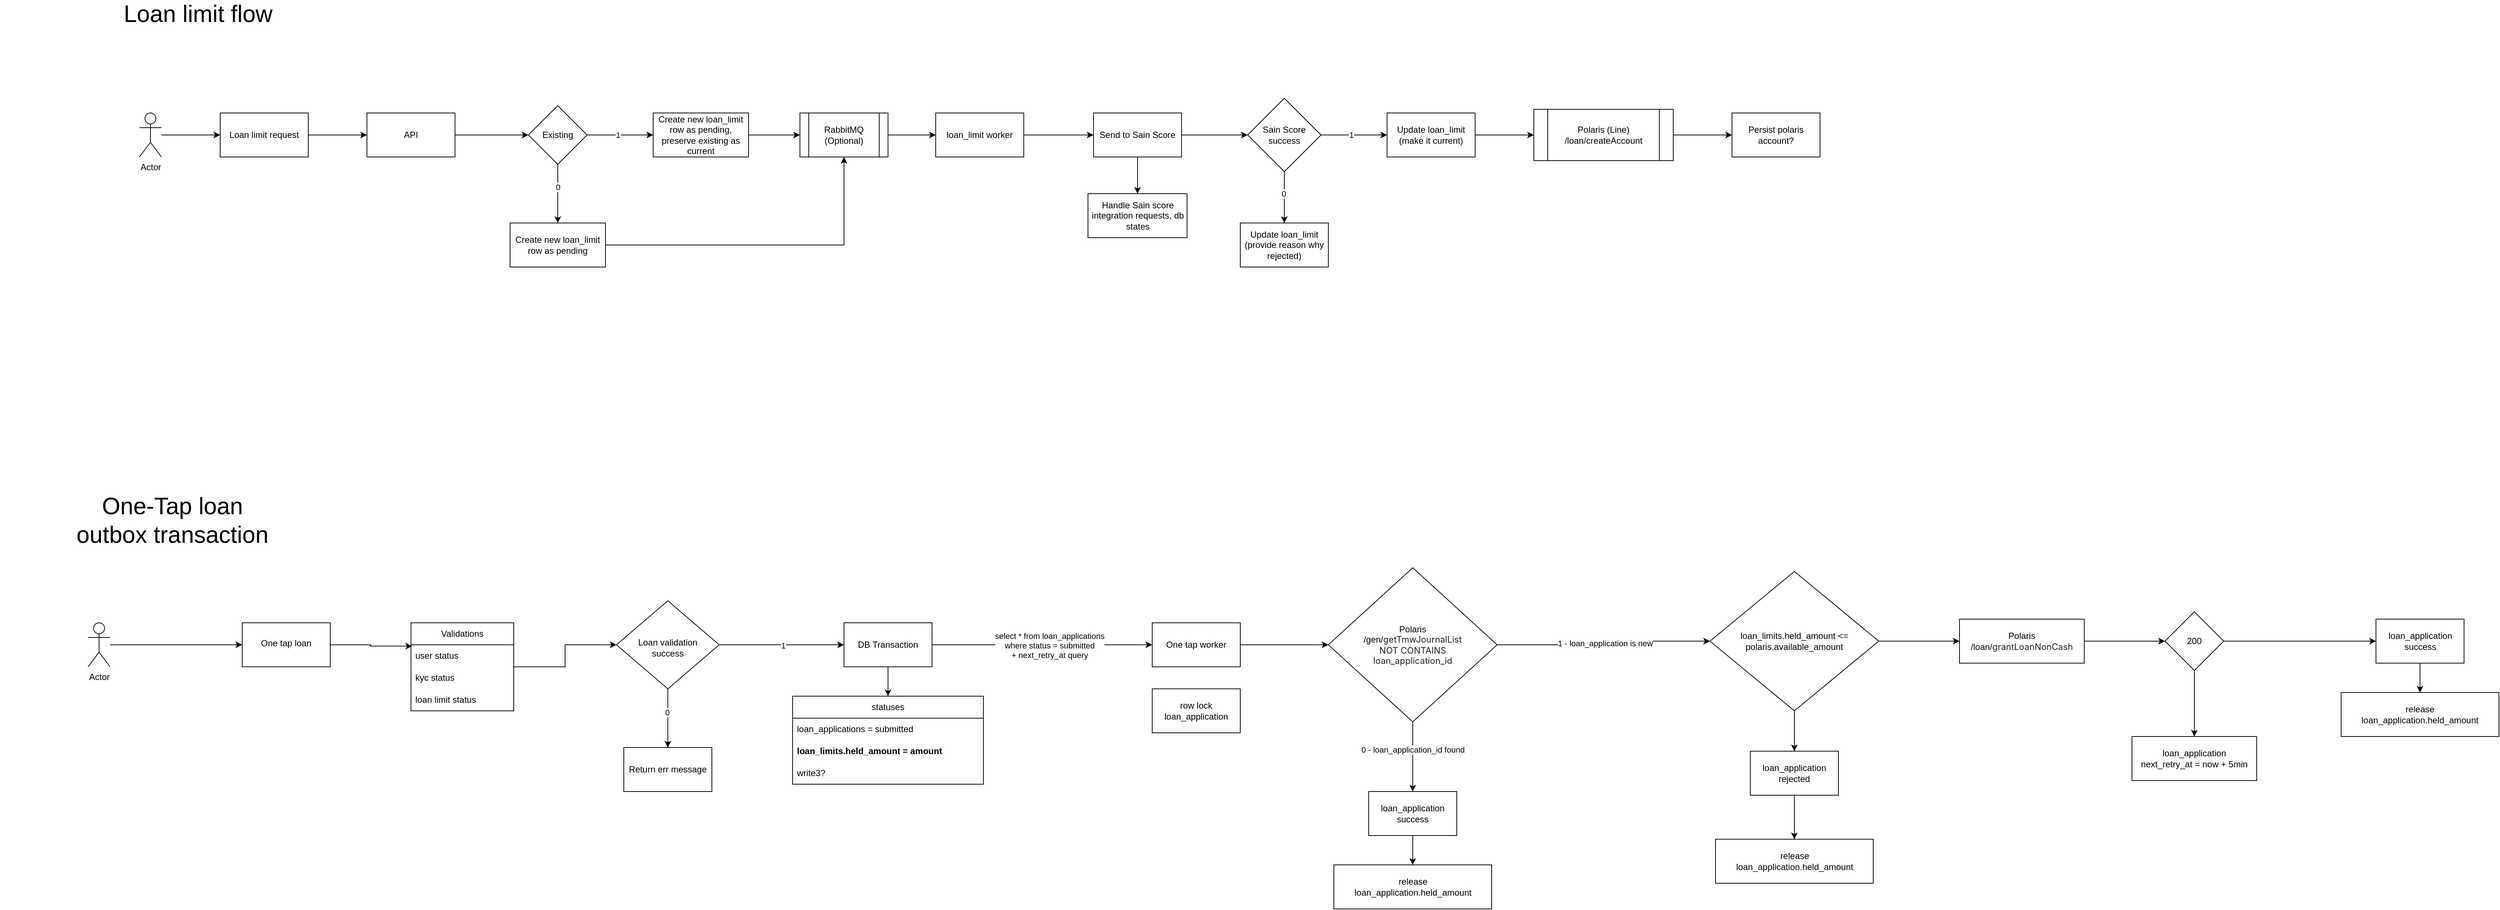
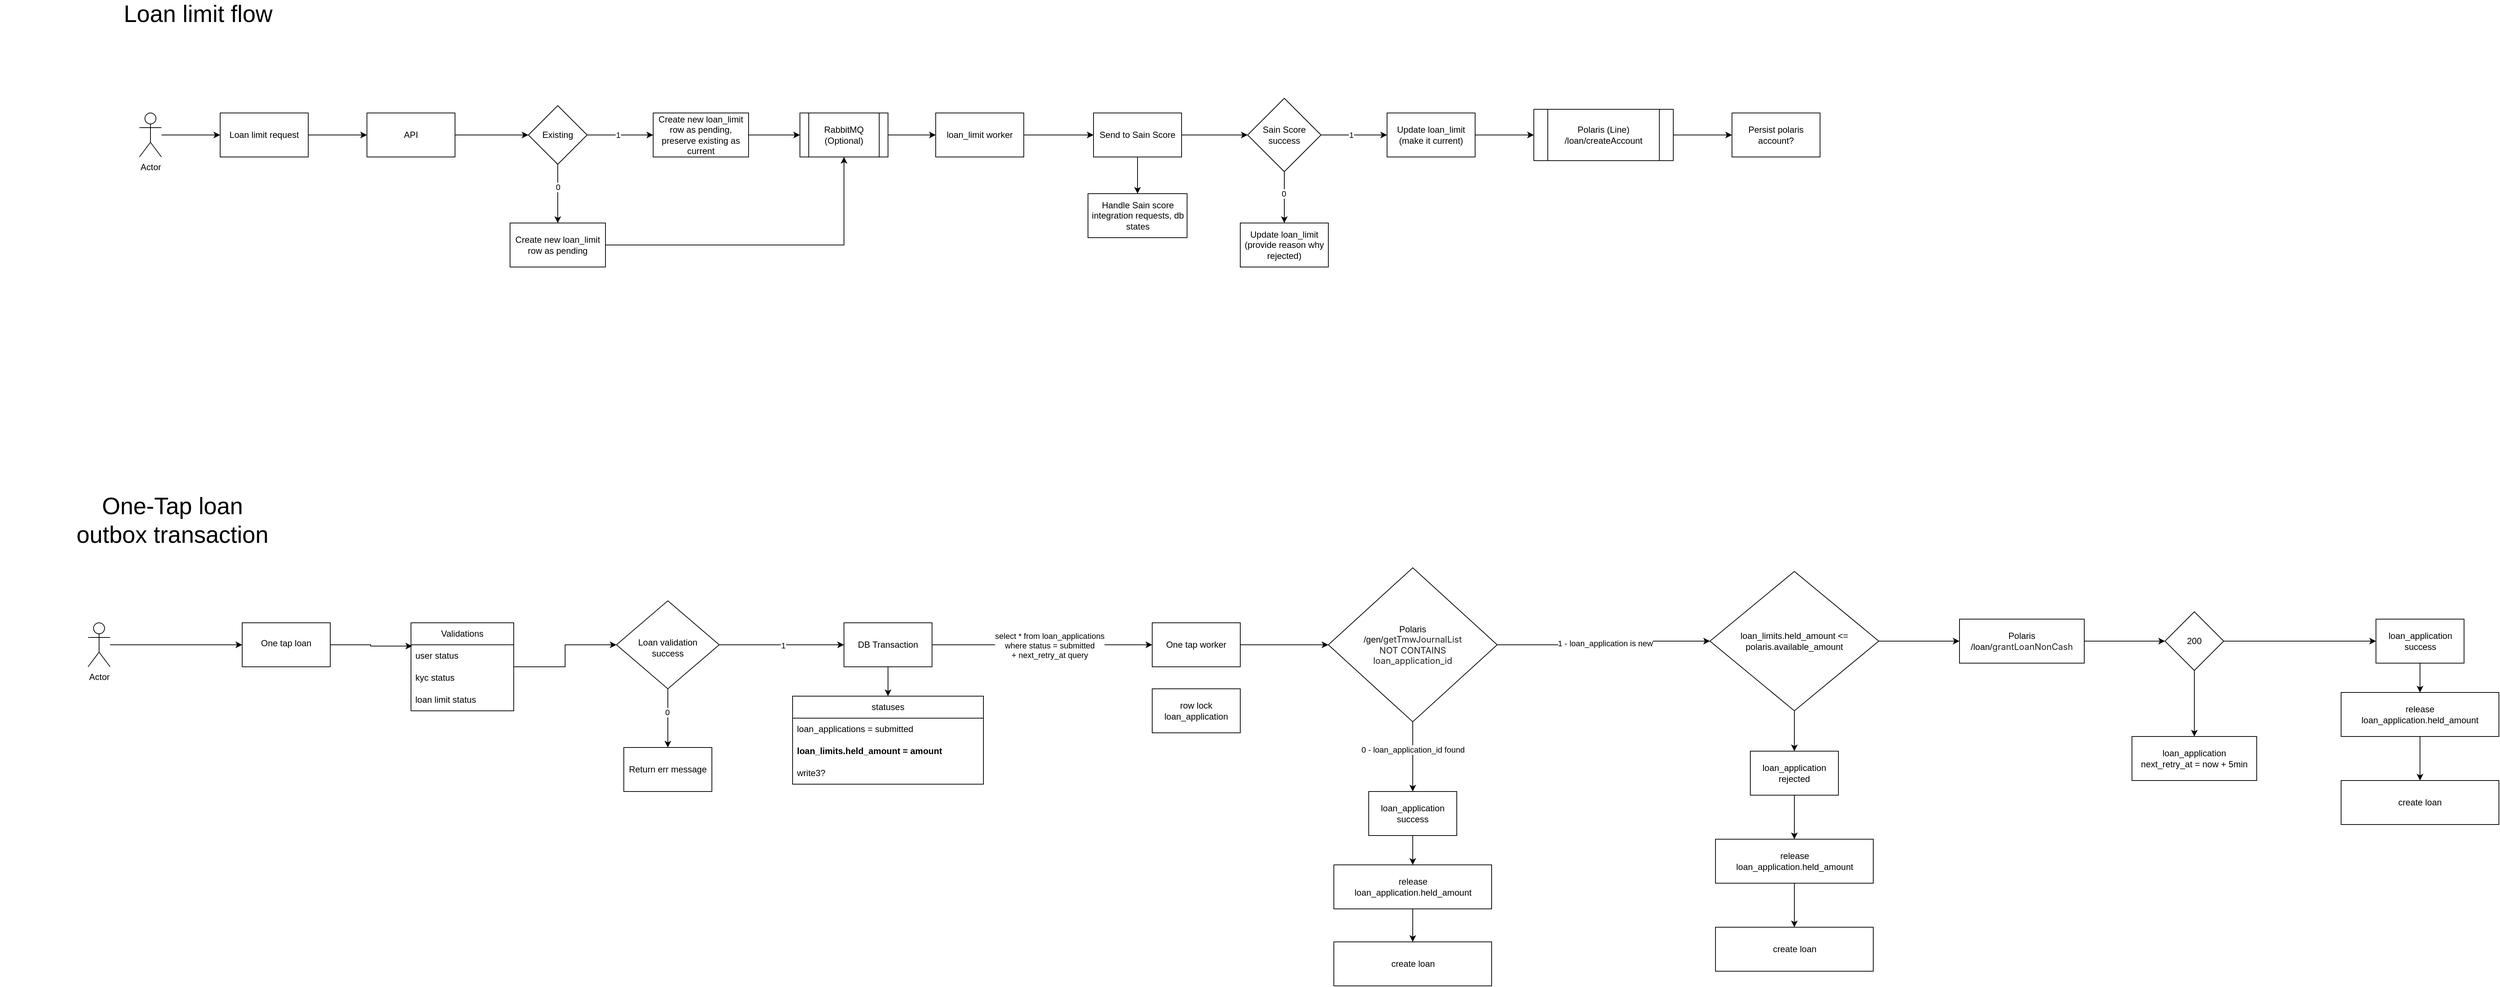
<mxfile host="app.diagrams.net">
  <diagram name="Page-1" id="VCBSuIh8bz7kurrQ0Zaz">
    <mxGraphModel dx="2014" dy="681" grid="1" gridSize="10" guides="1" tooltips="1" connect="1" arrows="1" fold="1" page="1" pageScale="1" pageWidth="850" pageHeight="1100" math="0" shadow="0">
      <root>
        <mxCell id="0" />
        <mxCell id="1" parent="0" />
        <mxCell id="KqixbsF9o6dLofBvsG9t-5" edge="1" parent="1" source="KqixbsF9o6dLofBvsG9t-1" style="edgeStyle=orthogonalEdgeStyle;rounded=0;orthogonalLoop=1;jettySize=auto;html=1;" target="KqixbsF9o6dLofBvsG9t-4" value="">
          <mxGeometry relative="1" as="geometry" />
        </mxCell>
        <mxCell id="KqixbsF9o6dLofBvsG9t-1" parent="1" style="rounded=0;whiteSpace=wrap;html=1;" value="Loan limit request" vertex="1">
          <mxGeometry height="60" width="120" x="150" y="210" as="geometry" />
        </mxCell>
        <mxCell id="KqixbsF9o6dLofBvsG9t-3" edge="1" parent="1" source="KqixbsF9o6dLofBvsG9t-2" style="edgeStyle=orthogonalEdgeStyle;rounded=0;orthogonalLoop=1;jettySize=auto;html=1;" target="KqixbsF9o6dLofBvsG9t-1" value="">
          <mxGeometry relative="1" as="geometry" />
        </mxCell>
        <mxCell id="KqixbsF9o6dLofBvsG9t-2" parent="1" style="shape=umlActor;verticalLabelPosition=bottom;verticalAlign=top;html=1;outlineConnect=0;" value="Actor" vertex="1">
          <mxGeometry height="60" width="30" x="40" y="210" as="geometry" />
        </mxCell>
        <mxCell id="KqixbsF9o6dLofBvsG9t-9" edge="1" parent="1" source="KqixbsF9o6dLofBvsG9t-4" style="edgeStyle=orthogonalEdgeStyle;rounded=0;orthogonalLoop=1;jettySize=auto;html=1;" target="KqixbsF9o6dLofBvsG9t-8" value="">
          <mxGeometry relative="1" as="geometry" />
        </mxCell>
        <mxCell id="KqixbsF9o6dLofBvsG9t-4" parent="1" style="rounded=0;whiteSpace=wrap;html=1;" value="API" vertex="1">
          <mxGeometry height="60" width="120" x="350" y="210" as="geometry" />
        </mxCell>
        <mxCell id="KqixbsF9o6dLofBvsG9t-11" edge="1" parent="1" source="KqixbsF9o6dLofBvsG9t-8" style="edgeStyle=orthogonalEdgeStyle;rounded=0;orthogonalLoop=1;jettySize=auto;html=1;" target="KqixbsF9o6dLofBvsG9t-10" value="">
          <mxGeometry relative="1" as="geometry" />
        </mxCell>
        <mxCell id="KqixbsF9o6dLofBvsG9t-12" connectable="0" parent="KqixbsF9o6dLofBvsG9t-11" style="edgeLabel;html=1;align=center;verticalAlign=middle;resizable=0;points=[];" value="1" vertex="1">
          <mxGeometry relative="1" x="-0.079" as="geometry">
            <mxPoint as="offset" />
          </mxGeometry>
        </mxCell>
        <mxCell id="KqixbsF9o6dLofBvsG9t-14" edge="1" parent="1" source="KqixbsF9o6dLofBvsG9t-8" style="edgeStyle=orthogonalEdgeStyle;rounded=0;orthogonalLoop=1;jettySize=auto;html=1;" target="KqixbsF9o6dLofBvsG9t-13" value="">
          <mxGeometry relative="1" as="geometry" />
        </mxCell>
        <mxCell id="KqixbsF9o6dLofBvsG9t-15" connectable="0" parent="KqixbsF9o6dLofBvsG9t-14" style="edgeLabel;html=1;align=center;verticalAlign=middle;resizable=0;points=[];" value="0" vertex="1">
          <mxGeometry relative="1" x="-0.2407" as="geometry">
            <mxPoint as="offset" />
          </mxGeometry>
        </mxCell>
        <mxCell id="KqixbsF9o6dLofBvsG9t-8" parent="1" style="rhombus;whiteSpace=wrap;html=1;rounded=0;" value="Existing" vertex="1">
          <mxGeometry height="80" width="80" x="570" y="200" as="geometry" />
        </mxCell>
        <mxCell id="KqixbsF9o6dLofBvsG9t-23" edge="1" parent="1" source="KqixbsF9o6dLofBvsG9t-10" style="edgeStyle=orthogonalEdgeStyle;rounded=0;orthogonalLoop=1;jettySize=auto;html=1;" target="KqixbsF9o6dLofBvsG9t-22" value="">
          <mxGeometry relative="1" as="geometry" />
        </mxCell>
        <mxCell id="KqixbsF9o6dLofBvsG9t-10" parent="1" style="whiteSpace=wrap;html=1;rounded=0;" value="Create new loan_limit row as pending, preserve existing as current" vertex="1">
          <mxGeometry height="60" width="130" x="740" y="210" as="geometry" />
        </mxCell>
        <mxCell id="KqixbsF9o6dLofBvsG9t-26" edge="1" parent="1" source="KqixbsF9o6dLofBvsG9t-13" style="edgeStyle=orthogonalEdgeStyle;rounded=0;orthogonalLoop=1;jettySize=auto;html=1;entryX=0.5;entryY=1;entryDx=0;entryDy=0;" target="KqixbsF9o6dLofBvsG9t-22">
          <mxGeometry relative="1" as="geometry" />
        </mxCell>
        <mxCell id="KqixbsF9o6dLofBvsG9t-13" parent="1" style="whiteSpace=wrap;html=1;rounded=0;" value="Create new loan_limit row as pending" vertex="1">
          <mxGeometry height="60" width="130" x="545" y="360" as="geometry" />
        </mxCell>
        <mxCell id="KqixbsF9o6dLofBvsG9t-25" edge="1" parent="1" source="KqixbsF9o6dLofBvsG9t-22" style="edgeStyle=orthogonalEdgeStyle;rounded=0;orthogonalLoop=1;jettySize=auto;html=1;" target="KqixbsF9o6dLofBvsG9t-24" value="">
          <mxGeometry relative="1" as="geometry" />
        </mxCell>
        <mxCell id="KqixbsF9o6dLofBvsG9t-22" parent="1" style="shape=process;whiteSpace=wrap;html=1;backgroundOutline=1;rounded=0;" value="RabbitMQ (Optional)" vertex="1">
          <mxGeometry height="60" width="120" x="940" y="210" as="geometry" />
        </mxCell>
        <mxCell id="KqixbsF9o6dLofBvsG9t-28" edge="1" parent="1" source="KqixbsF9o6dLofBvsG9t-24" style="edgeStyle=orthogonalEdgeStyle;rounded=0;orthogonalLoop=1;jettySize=auto;html=1;" target="KqixbsF9o6dLofBvsG9t-27" value="">
          <mxGeometry relative="1" as="geometry" />
        </mxCell>
        <mxCell id="KqixbsF9o6dLofBvsG9t-24" parent="1" style="whiteSpace=wrap;html=1;rounded=0;" value="loan_limit worker" vertex="1">
          <mxGeometry height="60" width="120" x="1125" y="210" as="geometry" />
        </mxCell>
        <mxCell id="KqixbsF9o6dLofBvsG9t-30" edge="1" parent="1" source="KqixbsF9o6dLofBvsG9t-27" style="edgeStyle=orthogonalEdgeStyle;rounded=0;orthogonalLoop=1;jettySize=auto;html=1;" target="KqixbsF9o6dLofBvsG9t-29" value="">
          <mxGeometry relative="1" as="geometry" />
        </mxCell>
        <mxCell id="KqixbsF9o6dLofBvsG9t-38" edge="1" parent="1" source="KqixbsF9o6dLofBvsG9t-27" style="edgeStyle=orthogonalEdgeStyle;rounded=0;orthogonalLoop=1;jettySize=auto;html=1;" target="KqixbsF9o6dLofBvsG9t-37" value="">
          <mxGeometry relative="1" as="geometry" />
        </mxCell>
        <mxCell id="KqixbsF9o6dLofBvsG9t-27" parent="1" style="whiteSpace=wrap;html=1;rounded=0;" value="Send to Sain Score" vertex="1">
          <mxGeometry height="60" width="120" x="1340" y="210" as="geometry" />
        </mxCell>
        <mxCell id="KqixbsF9o6dLofBvsG9t-32" edge="1" parent="1" source="KqixbsF9o6dLofBvsG9t-29" style="edgeStyle=orthogonalEdgeStyle;rounded=0;orthogonalLoop=1;jettySize=auto;html=1;" target="KqixbsF9o6dLofBvsG9t-31" value="">
          <mxGeometry relative="1" as="geometry" />
        </mxCell>
        <mxCell id="KqixbsF9o6dLofBvsG9t-33" connectable="0" parent="KqixbsF9o6dLofBvsG9t-32" style="edgeLabel;html=1;align=center;verticalAlign=middle;resizable=0;points=[];" value="1" vertex="1">
          <mxGeometry relative="1" x="-0.1048" as="geometry">
            <mxPoint as="offset" />
          </mxGeometry>
        </mxCell>
        <mxCell id="KqixbsF9o6dLofBvsG9t-35" edge="1" parent="1" source="KqixbsF9o6dLofBvsG9t-29" style="edgeStyle=orthogonalEdgeStyle;rounded=0;orthogonalLoop=1;jettySize=auto;html=1;" target="KqixbsF9o6dLofBvsG9t-34" value="">
          <mxGeometry relative="1" as="geometry" />
        </mxCell>
        <mxCell id="KqixbsF9o6dLofBvsG9t-36" connectable="0" parent="KqixbsF9o6dLofBvsG9t-35" style="edgeLabel;html=1;align=center;verticalAlign=middle;resizable=0;points=[];" value="0" vertex="1">
          <mxGeometry relative="1" x="-0.1429" y="-1" as="geometry">
            <mxPoint as="offset" />
          </mxGeometry>
        </mxCell>
        <mxCell id="KqixbsF9o6dLofBvsG9t-29" parent="1" style="rhombus;whiteSpace=wrap;html=1;rounded=0;" value="Sain Score success" vertex="1">
          <mxGeometry height="100" width="100" x="1550" y="190" as="geometry" />
        </mxCell>
        <mxCell id="KqixbsF9o6dLofBvsG9t-66" edge="1" parent="1" source="KqixbsF9o6dLofBvsG9t-31" style="edgeStyle=orthogonalEdgeStyle;rounded=0;orthogonalLoop=1;jettySize=auto;html=1;" target="KqixbsF9o6dLofBvsG9t-65" value="">
          <mxGeometry relative="1" as="geometry" />
        </mxCell>
        <mxCell id="KqixbsF9o6dLofBvsG9t-31" parent="1" style="whiteSpace=wrap;html=1;rounded=0;" value="Update loan_limit (make it current)" vertex="1">
          <mxGeometry height="60" width="120" x="1740" y="210" as="geometry" />
        </mxCell>
        <mxCell id="KqixbsF9o6dLofBvsG9t-34" parent="1" style="whiteSpace=wrap;html=1;rounded=0;" value="Update loan_limit&lt;br&gt;(provide reason why rejected)" vertex="1">
          <mxGeometry height="60" width="120" x="1540" y="360" as="geometry" />
        </mxCell>
        <mxCell id="KqixbsF9o6dLofBvsG9t-37" parent="1" style="whiteSpace=wrap;html=1;rounded=0;" value="Handle Sain score integration requests, db states" vertex="1">
          <mxGeometry height="60" width="135" x="1332.5" y="320" as="geometry" />
        </mxCell>
        <mxCell id="KqixbsF9o6dLofBvsG9t-40" parent="1" style="text;html=1;whiteSpace=wrap;strokeColor=none;fillColor=none;align=center;verticalAlign=middle;rounded=0;fontSize=32;" value="Loan limit flow" vertex="1">
          <mxGeometry height="30" width="260" x="-10" y="60" as="geometry" />
        </mxCell>
        <mxCell id="KqixbsF9o6dLofBvsG9t-74" edge="1" parent="1" source="KqixbsF9o6dLofBvsG9t-65" style="edgeStyle=orthogonalEdgeStyle;rounded=0;orthogonalLoop=1;jettySize=auto;html=1;" target="KqixbsF9o6dLofBvsG9t-73" value="">
          <mxGeometry relative="1" as="geometry" />
        </mxCell>
        <mxCell id="KqixbsF9o6dLofBvsG9t-65" parent="1" style="shape=process;whiteSpace=wrap;html=1;backgroundOutline=1;rounded=0;" value="Polaris (Line)&lt;br&gt;/loan/createAccount" vertex="1">
          <mxGeometry height="70" width="190" x="1940" y="205" as="geometry" />
        </mxCell>
        <mxCell id="KqixbsF9o6dLofBvsG9t-73" parent="1" style="whiteSpace=wrap;html=1;rounded=0;" value="Persist polaris account?" vertex="1">
          <mxGeometry height="60" width="120" x="2210" y="210" as="geometry" />
        </mxCell>
        <mxCell id="U8Ajh8Gpa-m2DNKNFQys-1" parent="1" style="text;html=1;whiteSpace=wrap;strokeColor=none;fillColor=none;align=center;verticalAlign=middle;rounded=0;fontSize=32;" value="One-Tap loan&lt;br&gt;outbox transaction" vertex="1">
          <mxGeometry height="30" width="470" x="-150" y="750" as="geometry" />
        </mxCell>
        <mxCell id="In8fDh9ZLN2M87an2Miy-1" edge="1" parent="1" source="In8fDh9ZLN2M87an2Miy-2" style="edgeStyle=orthogonalEdgeStyle;rounded=0;orthogonalLoop=1;jettySize=auto;html=1;" target="In8fDh9ZLN2M87an2Miy-4" value="">
          <mxGeometry relative="1" as="geometry" />
        </mxCell>
        <mxCell id="In8fDh9ZLN2M87an2Miy-2" parent="1" style="shape=umlActor;verticalLabelPosition=bottom;verticalAlign=top;html=1;outlineConnect=0;" value="Actor" vertex="1">
          <mxGeometry height="60" width="30" x="-30" y="905" as="geometry" />
        </mxCell>
        <mxCell id="In8fDh9ZLN2M87an2Miy-3" edge="1" parent="1" source="In8fDh9ZLN2M87an2Miy-4" style="edgeStyle=orthogonalEdgeStyle;rounded=0;orthogonalLoop=1;jettySize=auto;html=1;entryX=0.011;entryY=0.06;entryDx=0;entryDy=0;entryPerimeter=0;" target="In8fDh9ZLN2M87an2Miy-28" value="">
          <mxGeometry relative="1" as="geometry">
            <mxPoint x="390" y="935" as="targetPoint" />
          </mxGeometry>
        </mxCell>
        <mxCell id="In8fDh9ZLN2M87an2Miy-4" parent="1" style="whiteSpace=wrap;html=1;verticalAlign=top;" value="&lt;div&gt;&lt;br&gt;&lt;/div&gt;&lt;div&gt;One tap loan&lt;/div&gt;" vertex="1">
          <mxGeometry height="60" width="120" x="180" y="905" as="geometry" />
        </mxCell>
        <mxCell id="In8fDh9ZLN2M87an2Miy-5" edge="1" parent="1" source="In8fDh9ZLN2M87an2Miy-9" style="edgeStyle=orthogonalEdgeStyle;rounded=0;orthogonalLoop=1;jettySize=auto;html=1;" target="In8fDh9ZLN2M87an2Miy-12" value="">
          <mxGeometry relative="1" as="geometry" />
        </mxCell>
        <mxCell id="In8fDh9ZLN2M87an2Miy-6" connectable="0" parent="In8fDh9ZLN2M87an2Miy-5" style="edgeLabel;html=1;align=center;verticalAlign=middle;resizable=0;points=[];" value="1" vertex="1">
          <mxGeometry relative="1" x="0.0162" y="-1" as="geometry">
            <mxPoint as="offset" />
          </mxGeometry>
        </mxCell>
        <mxCell id="In8fDh9ZLN2M87an2Miy-7" edge="1" parent="1" source="In8fDh9ZLN2M87an2Miy-9" style="edgeStyle=orthogonalEdgeStyle;rounded=0;orthogonalLoop=1;jettySize=auto;html=1;" target="In8fDh9ZLN2M87an2Miy-13" value="">
          <mxGeometry relative="1" as="geometry" />
        </mxCell>
        <mxCell id="In8fDh9ZLN2M87an2Miy-8" connectable="0" parent="In8fDh9ZLN2M87an2Miy-7" style="edgeLabel;html=1;align=center;verticalAlign=middle;resizable=0;points=[];" value="0" vertex="1">
          <mxGeometry relative="1" x="-0.2091" y="-1" as="geometry">
            <mxPoint as="offset" />
          </mxGeometry>
        </mxCell>
        <mxCell id="In8fDh9ZLN2M87an2Miy-9" parent="1" style="rhombus;whiteSpace=wrap;html=1;verticalAlign=top;" value="&lt;br&gt;&lt;br&gt;&lt;div&gt;&lt;br&gt;&lt;/div&gt;&lt;div&gt;Loan validation&lt;br&gt;success&lt;/div&gt;" vertex="1">
          <mxGeometry height="120" width="140" x="690" y="875" as="geometry" />
        </mxCell>
        <mxCell id="In8fDh9ZLN2M87an2Miy-10" edge="1" parent="1" source="In8fDh9ZLN2M87an2Miy-12" style="edgeStyle=orthogonalEdgeStyle;rounded=0;orthogonalLoop=1;jettySize=auto;html=1;entryX=0.5;entryY=0;entryDx=0;entryDy=0;" target="In8fDh9ZLN2M87an2Miy-14">
          <mxGeometry relative="1" as="geometry" />
        </mxCell>
        <mxCell id="In8fDh9ZLN2M87an2Miy-54" edge="1" parent="1" source="In8fDh9ZLN2M87an2Miy-12" style="edgeStyle=orthogonalEdgeStyle;rounded=0;orthogonalLoop=1;jettySize=auto;html=1;" target="In8fDh9ZLN2M87an2Miy-53" value="">
          <mxGeometry relative="1" as="geometry" />
        </mxCell>
        <mxCell id="In8fDh9ZLN2M87an2Miy-55" connectable="0" parent="In8fDh9ZLN2M87an2Miy-54" style="edgeLabel;html=1;align=center;verticalAlign=middle;resizable=0;points=[];" value="select * from loan_applications&lt;br&gt;where status = submitted&lt;br&gt;+ next_retry_at query" vertex="1">
          <mxGeometry relative="1" x="0.0637" y="-1" as="geometry">
            <mxPoint as="offset" />
          </mxGeometry>
        </mxCell>
        <mxCell id="In8fDh9ZLN2M87an2Miy-12" parent="1" style="whiteSpace=wrap;html=1;verticalAlign=middle;" value="DB Transaction" vertex="1">
          <mxGeometry height="60" width="120" x="1000" y="905" as="geometry" />
        </mxCell>
        <mxCell id="In8fDh9ZLN2M87an2Miy-13" parent="1" style="whiteSpace=wrap;html=1;verticalAlign=middle;" value="Return err message" vertex="1">
          <mxGeometry height="60" width="120" x="700" y="1075" as="geometry" />
        </mxCell>
        <mxCell id="In8fDh9ZLN2M87an2Miy-14" parent="1" style="swimlane;fontStyle=0;childLayout=stackLayout;horizontal=1;startSize=30;horizontalStack=0;resizeParent=1;resizeParentMax=0;resizeLast=0;collapsible=1;marginBottom=0;whiteSpace=wrap;html=1;" value="statuses" vertex="1">
          <mxGeometry height="120" width="260" x="930" y="1005" as="geometry" />
        </mxCell>
        <mxCell id="In8fDh9ZLN2M87an2Miy-15" parent="In8fDh9ZLN2M87an2Miy-14" style="text;strokeColor=none;fillColor=none;align=left;verticalAlign=middle;spacingLeft=4;spacingRight=4;overflow=hidden;points=[[0,0.5],[1,0.5]];portConstraint=eastwest;rotatable=0;whiteSpace=wrap;html=1;" value="loan_applications = submitted" vertex="1">
          <mxGeometry height="30" width="260" y="30" as="geometry" />
        </mxCell>
        <mxCell id="In8fDh9ZLN2M87an2Miy-16" parent="In8fDh9ZLN2M87an2Miy-14" style="text;strokeColor=none;fillColor=none;align=left;verticalAlign=middle;spacingLeft=4;spacingRight=4;overflow=hidden;points=[[0,0.5],[1,0.5]];portConstraint=eastwest;rotatable=0;whiteSpace=wrap;html=1;fontStyle=1" value="loan_limits.held_amount = amount" vertex="1">
          <mxGeometry height="30" width="260" y="60" as="geometry" />
        </mxCell>
        <mxCell id="In8fDh9ZLN2M87an2Miy-17" parent="In8fDh9ZLN2M87an2Miy-14" style="text;strokeColor=none;fillColor=none;align=left;verticalAlign=middle;spacingLeft=4;spacingRight=4;overflow=hidden;points=[[0,0.5],[1,0.5]];portConstraint=eastwest;rotatable=0;whiteSpace=wrap;html=1;" value="write3?" vertex="1">
          <mxGeometry height="30" width="260" y="90" as="geometry" />
        </mxCell>
        <mxCell id="In8fDh9ZLN2M87an2Miy-32" edge="1" parent="1" source="In8fDh9ZLN2M87an2Miy-27" style="edgeStyle=orthogonalEdgeStyle;rounded=0;orthogonalLoop=1;jettySize=auto;html=1;entryX=0;entryY=0.5;entryDx=0;entryDy=0;" target="In8fDh9ZLN2M87an2Miy-9">
          <mxGeometry relative="1" as="geometry" />
        </mxCell>
        <mxCell id="In8fDh9ZLN2M87an2Miy-27" parent="1" style="swimlane;fontStyle=0;childLayout=stackLayout;horizontal=1;startSize=30;horizontalStack=0;resizeParent=1;resizeParentMax=0;resizeLast=0;collapsible=1;marginBottom=0;whiteSpace=wrap;html=1;" value="Validations" vertex="1">
          <mxGeometry height="120" width="140" x="410" y="905" as="geometry" />
        </mxCell>
        <mxCell id="In8fDh9ZLN2M87an2Miy-28" parent="In8fDh9ZLN2M87an2Miy-27" style="text;strokeColor=none;fillColor=none;align=left;verticalAlign=middle;spacingLeft=4;spacingRight=4;overflow=hidden;points=[[0,0.5],[1,0.5]];portConstraint=eastwest;rotatable=0;whiteSpace=wrap;html=1;" value="user status" vertex="1">
          <mxGeometry height="30" width="140" y="30" as="geometry" />
        </mxCell>
        <mxCell id="In8fDh9ZLN2M87an2Miy-29" parent="In8fDh9ZLN2M87an2Miy-27" style="text;strokeColor=none;fillColor=none;align=left;verticalAlign=middle;spacingLeft=4;spacingRight=4;overflow=hidden;points=[[0,0.5],[1,0.5]];portConstraint=eastwest;rotatable=0;whiteSpace=wrap;html=1;" value="kyc status" vertex="1">
          <mxGeometry height="30" width="140" y="60" as="geometry" />
        </mxCell>
        <mxCell id="In8fDh9ZLN2M87an2Miy-33" parent="In8fDh9ZLN2M87an2Miy-27" style="text;strokeColor=none;fillColor=none;align=left;verticalAlign=middle;spacingLeft=4;spacingRight=4;overflow=hidden;points=[[0,0.5],[1,0.5]];portConstraint=eastwest;rotatable=0;whiteSpace=wrap;html=1;" value="loan limit status" vertex="1">
          <mxGeometry height="30" width="140" y="90" as="geometry" />
        </mxCell>
        <mxCell id="In8fDh9ZLN2M87an2Miy-70" edge="1" parent="1" source="In8fDh9ZLN2M87an2Miy-53" style="edgeStyle=orthogonalEdgeStyle;rounded=0;orthogonalLoop=1;jettySize=auto;html=1;entryX=0;entryY=0.5;entryDx=0;entryDy=0;" target="In8fDh9ZLN2M87an2Miy-69">
          <mxGeometry relative="1" as="geometry" />
        </mxCell>
        <mxCell id="In8fDh9ZLN2M87an2Miy-53" parent="1" style="whiteSpace=wrap;html=1;" value="One tap worker" vertex="1">
          <mxGeometry height="60" width="120" x="1420" y="905" as="geometry" />
        </mxCell>
        <mxCell id="In8fDh9ZLN2M87an2Miy-67" edge="1" parent="1" source="In8fDh9ZLN2M87an2Miy-58" style="edgeStyle=orthogonalEdgeStyle;rounded=0;orthogonalLoop=1;jettySize=auto;html=1;entryX=0;entryY=0.5;entryDx=0;entryDy=0;" target="In8fDh9ZLN2M87an2Miy-66" value="">
          <mxGeometry relative="1" as="geometry">
            <mxPoint x="2815" y="930" as="targetPoint" />
          </mxGeometry>
        </mxCell>
        <mxCell id="In8fDh9ZLN2M87an2Miy-58" parent="1" style="whiteSpace=wrap;html=1;" value="Polaris /loan/&lt;span style=&quot;color: rgb(33, 33, 33); font-family: Inter, system-ui, -apple-system, &amp;quot;system-ui&amp;quot;, &amp;quot;Segoe UI&amp;quot;, Roboto, Oxygen, Ubuntu, Cantarell, &amp;quot;Fira Sans&amp;quot;, &amp;quot;Droid Sans&amp;quot;, Helvetica, Arial, sans-serif; text-align: left; white-space: pre-wrap; background-color: rgb(255, 255, 255);&quot;&gt;grantLoanNonCash&lt;/span&gt;" vertex="1">
          <mxGeometry height="60" width="170" x="2520" y="900" as="geometry" />
        </mxCell>
        <mxCell id="In8fDh9ZLN2M87an2Miy-62" edge="1" parent="1" source="In8fDh9ZLN2M87an2Miy-59" style="edgeStyle=orthogonalEdgeStyle;rounded=0;orthogonalLoop=1;jettySize=auto;html=1;" target="In8fDh9ZLN2M87an2Miy-61" value="">
          <mxGeometry relative="1" as="geometry" />
        </mxCell>
        <mxCell id="In8fDh9ZLN2M87an2Miy-65" edge="1" parent="1" source="In8fDh9ZLN2M87an2Miy-59" style="edgeStyle=orthogonalEdgeStyle;rounded=0;orthogonalLoop=1;jettySize=auto;html=1;" target="In8fDh9ZLN2M87an2Miy-58">
          <mxGeometry relative="1" as="geometry" />
        </mxCell>
        <mxCell id="In8fDh9ZLN2M87an2Miy-59" parent="1" style="rhombus;whiteSpace=wrap;html=1;" value="loan_limits.held_amount &amp;lt;= polaris.available_amount" vertex="1">
          <mxGeometry height="190" width="230" x="2180" y="835" as="geometry" />
        </mxCell>
        <mxCell id="In8fDh9ZLN2M87an2Miy-64" edge="1" parent="1" source="In8fDh9ZLN2M87an2Miy-61" style="edgeStyle=orthogonalEdgeStyle;rounded=0;orthogonalLoop=1;jettySize=auto;html=1;" target="In8fDh9ZLN2M87an2Miy-63" value="">
          <mxGeometry relative="1" as="geometry" />
        </mxCell>
        <mxCell id="In8fDh9ZLN2M87an2Miy-61" parent="1" style="whiteSpace=wrap;html=1;" value="loan_application&lt;br&gt;rejected" vertex="1">
          <mxGeometry height="60" width="120" x="2235" y="1080" as="geometry" />
        </mxCell>
+         <mxCell id="In8fDh9ZLN2M87an2Miy-87" edge="1" parent="1" source="In8fDh9ZLN2M87an2Miy-63" style="edgeStyle=orthogonalEdgeStyle;rounded=0;orthogonalLoop=1;jettySize=auto;html=1;" target="In8fDh9ZLN2M87an2Miy-86" value="">
+           <mxGeometry relative="1" as="geometry" />
+         </mxCell>
        <mxCell id="In8fDh9ZLN2M87an2Miy-63" parent="1" style="whiteSpace=wrap;html=1;" value="release &lt;br&gt;loan_application.held_amount" vertex="1">
          <mxGeometry height="60" width="215" x="2187.5" y="1200" as="geometry" />
        </mxCell>
        <mxCell id="In8fDh9ZLN2M87an2Miy-81" edge="1" parent="1" source="In8fDh9ZLN2M87an2Miy-66" style="edgeStyle=orthogonalEdgeStyle;rounded=0;orthogonalLoop=1;jettySize=auto;html=1;entryX=0;entryY=0.5;entryDx=0;entryDy=0;" target="In8fDh9ZLN2M87an2Miy-79">
          <mxGeometry relative="1" as="geometry" />
        </mxCell>
        <mxCell id="In8fDh9ZLN2M87an2Miy-83" edge="1" parent="1" source="In8fDh9ZLN2M87an2Miy-66" style="edgeStyle=orthogonalEdgeStyle;rounded=0;orthogonalLoop=1;jettySize=auto;html=1;" target="In8fDh9ZLN2M87an2Miy-82" value="">
          <mxGeometry relative="1" as="geometry" />
        </mxCell>
        <mxCell id="In8fDh9ZLN2M87an2Miy-66" parent="1" style="rhombus;whiteSpace=wrap;html=1;" value="200" vertex="1">
          <mxGeometry height="80" width="80" x="2800" y="890" as="geometry" />
        </mxCell>
        <mxCell id="In8fDh9ZLN2M87an2Miy-68" parent="1" style="whiteSpace=wrap;html=1;" value="row lock&lt;br&gt;loan_application" vertex="1">
          <mxGeometry height="60" width="120" x="1420" y="995" as="geometry" />
        </mxCell>
        <mxCell id="In8fDh9ZLN2M87an2Miy-71" edge="1" parent="1" source="In8fDh9ZLN2M87an2Miy-69" style="edgeStyle=orthogonalEdgeStyle;rounded=0;orthogonalLoop=1;jettySize=auto;html=1;entryX=0;entryY=0.5;entryDx=0;entryDy=0;" target="In8fDh9ZLN2M87an2Miy-59">
          <mxGeometry relative="1" as="geometry" />
        </mxCell>
        <mxCell id="In8fDh9ZLN2M87an2Miy-77" connectable="0" parent="In8fDh9ZLN2M87an2Miy-71" style="edgeLabel;html=1;align=center;verticalAlign=middle;resizable=0;points=[];" value="1 - loan_application is new" vertex="1">
          <mxGeometry relative="1" x="0.0312" y="-3" as="geometry">
            <mxPoint as="offset" />
          </mxGeometry>
        </mxCell>
        <mxCell id="In8fDh9ZLN2M87an2Miy-73" edge="1" parent="1" source="In8fDh9ZLN2M87an2Miy-69" style="edgeStyle=orthogonalEdgeStyle;rounded=0;orthogonalLoop=1;jettySize=auto;html=1;" target="In8fDh9ZLN2M87an2Miy-72" value="">
          <mxGeometry relative="1" as="geometry" />
        </mxCell>
        <mxCell id="In8fDh9ZLN2M87an2Miy-74" connectable="0" parent="In8fDh9ZLN2M87an2Miy-73" style="edgeLabel;html=1;align=center;verticalAlign=middle;resizable=0;points=[];" value="0 - loan_application_id found" vertex="1">
          <mxGeometry relative="1" x="-0.1975" as="geometry">
            <mxPoint as="offset" />
          </mxGeometry>
        </mxCell>
        <mxCell id="In8fDh9ZLN2M87an2Miy-69" parent="1" style="rhombus;whiteSpace=wrap;html=1;" value="Polaris&lt;br&gt;/gen/&lt;span style=&quot;white-space: pre-wrap; color: rgb(33, 33, 33); font-family: Inter, system-ui, -apple-system, &amp;quot;system-ui&amp;quot;, &amp;quot;Segoe UI&amp;quot;, Roboto, Oxygen, Ubuntu, Cantarell, &amp;quot;Fira Sans&amp;quot;, &amp;quot;Droid Sans&amp;quot;, Helvetica, Arial, sans-serif; text-align: left; background-color: rgb(255, 255, 255);&quot;&gt;getTmwJournalList&lt;br&gt;NOT CONTAINS&lt;br&gt;loan_application_id&lt;/span&gt;" vertex="1">
          <mxGeometry height="210" width="230" x="1660" y="830" as="geometry" />
        </mxCell>
        <mxCell id="In8fDh9ZLN2M87an2Miy-76" edge="1" parent="1" source="In8fDh9ZLN2M87an2Miy-72" style="edgeStyle=orthogonalEdgeStyle;rounded=0;orthogonalLoop=1;jettySize=auto;html=1;" target="In8fDh9ZLN2M87an2Miy-75" value="">
          <mxGeometry relative="1" as="geometry" />
        </mxCell>
        <mxCell id="In8fDh9ZLN2M87an2Miy-72" parent="1" style="whiteSpace=wrap;html=1;" value="loan_application&lt;br&gt;success" vertex="1">
          <mxGeometry height="60" width="120" x="1715" y="1135" as="geometry" />
        </mxCell>
+         <mxCell id="In8fDh9ZLN2M87an2Miy-85" edge="1" parent="1" source="In8fDh9ZLN2M87an2Miy-75" style="edgeStyle=orthogonalEdgeStyle;rounded=0;orthogonalLoop=1;jettySize=auto;html=1;" target="In8fDh9ZLN2M87an2Miy-84" value="">
+           <mxGeometry relative="1" as="geometry" />
+         </mxCell>
        <mxCell id="In8fDh9ZLN2M87an2Miy-75" parent="1" style="whiteSpace=wrap;html=1;" value="release &lt;br&gt;loan_application.held_amount" vertex="1">
          <mxGeometry height="60" width="215" x="1667.5" y="1235" as="geometry" />
        </mxCell>
        <mxCell id="In8fDh9ZLN2M87an2Miy-78" edge="1" parent="1" source="In8fDh9ZLN2M87an2Miy-79" style="edgeStyle=orthogonalEdgeStyle;rounded=0;orthogonalLoop=1;jettySize=auto;html=1;" target="In8fDh9ZLN2M87an2Miy-80" value="">
          <mxGeometry relative="1" as="geometry" />
        </mxCell>
        <mxCell id="In8fDh9ZLN2M87an2Miy-79" parent="1" style="whiteSpace=wrap;html=1;" value="loan_application&lt;br&gt;success" vertex="1">
          <mxGeometry height="60" width="120" x="3087.5" y="900" as="geometry" />
        </mxCell>
+         <mxCell id="In8fDh9ZLN2M87an2Miy-89" edge="1" parent="1" source="In8fDh9ZLN2M87an2Miy-80" style="edgeStyle=orthogonalEdgeStyle;rounded=0;orthogonalLoop=1;jettySize=auto;html=1;" target="In8fDh9ZLN2M87an2Miy-88" value="">
+           <mxGeometry relative="1" as="geometry" />
+         </mxCell>
        <mxCell id="In8fDh9ZLN2M87an2Miy-80" parent="1" style="whiteSpace=wrap;html=1;" value="release &lt;br&gt;loan_application.held_amount" vertex="1">
          <mxGeometry height="60" width="215" x="3040" y="1000" as="geometry" />
        </mxCell>
        <mxCell id="In8fDh9ZLN2M87an2Miy-82" parent="1" style="whiteSpace=wrap;html=1;" value="loan_application&lt;br&gt;next_retry_at = now + 5min" vertex="1">
          <mxGeometry height="60" width="170" x="2755" y="1060" as="geometry" />
+         </mxCell>
+         <mxCell id="In8fDh9ZLN2M87an2Miy-84" parent="1" style="whiteSpace=wrap;html=1;" value="create loan" vertex="1">
+           <mxGeometry height="60" width="215" x="1667.5" y="1340" as="geometry" />
+         </mxCell>
+         <mxCell id="In8fDh9ZLN2M87an2Miy-86" parent="1" style="whiteSpace=wrap;html=1;" value="create loan" vertex="1">
+           <mxGeometry height="60" width="215" x="2187.5" y="1320" as="geometry" />
+         </mxCell>
+         <mxCell id="In8fDh9ZLN2M87an2Miy-88" parent="1" style="whiteSpace=wrap;html=1;" value="create loan" vertex="1">
+           <mxGeometry height="60" width="215" x="3040" y="1120" as="geometry" />
        </mxCell>
      </root>
    </mxGraphModel>
  </diagram>
</mxfile>
